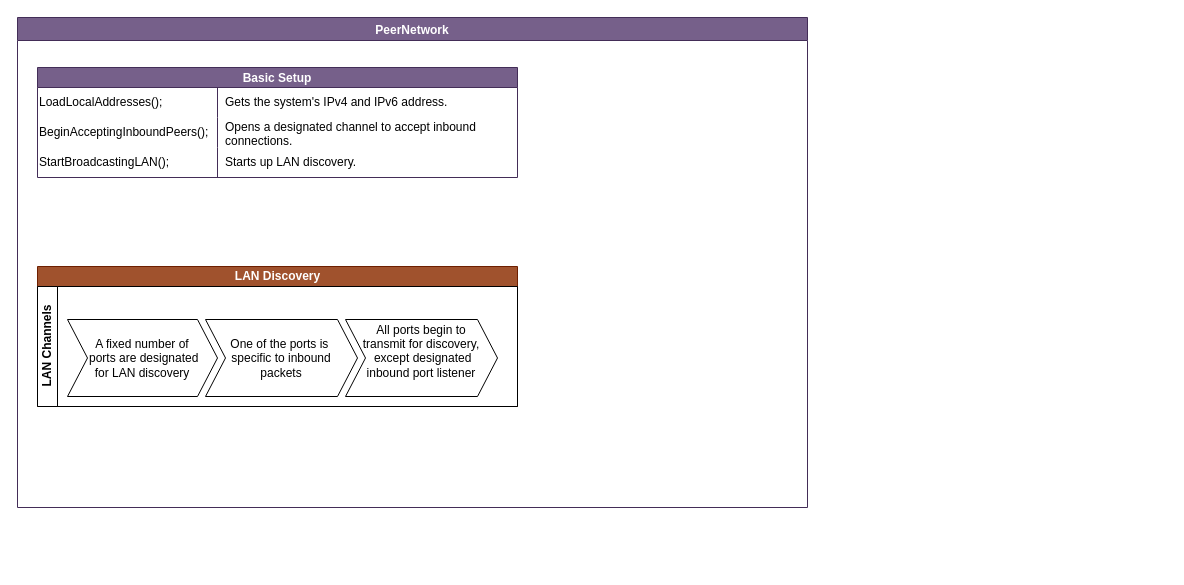
Earlier version of the draw.io diagram misc/diagrams/p2plan.drawio (realChrisDeBon/P2PNet). Source tidied: cells renumbered, new cells numbered last; positions are measured from the earlier drawing's top-left corner, leaving out a move shared by most shapes. Both pictures are drawn from the tidied source at 100%, with x=0, y=0 at pixel (17, 17). Pictures stored in the file or linked from it are replaced by grey dashed boxes.
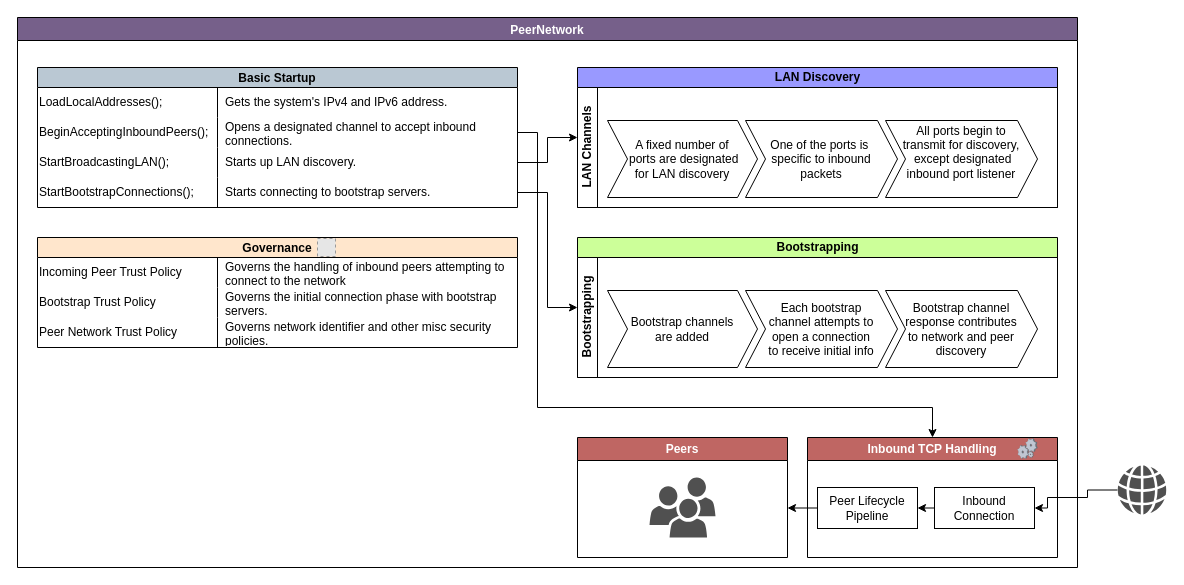
The same diagram, later.

Commit message (it also covers changes not shown here):
Adding diferential for local IPv4 and public IPv4 address + updating some but not all docs

The change refers to these unchanged cells:
```xml
<mxCell id="4" value="LAN Channels" style="swimlane;startSize=20;horizontal=0;html=1;" parent="3" vertex="1">
  <mxGeometry y="20" width="480" height="120" as="geometry" />
</mxCell>
```

What changed in the source:
```diff
@@
-    <mxCell id="2" value="PeerNetwork" style="swimlane;fillColor=#76608a;strokeColor=#432D57;labelBackgroundColor=none;startSize=23;fontColor=#ffffff;fillStyle=solid;swimlaneFillColor=default;" parent="1" vertex="1">
-      <mxGeometry width="790" height="490" as="geometry" />
+    <mxCell id="2" value="PeerNetwork" style="swimlane;fillColor=#76608a;strokeColor=default;labelBackgroundColor=none;startSize=23;fontColor=#ffffff;fillStyle=solid;swimlaneFillColor=default;" parent="1" vertex="1">
+      <mxGeometry width="1060" height="550" as="geometry" />
     </mxCell>
+    <mxCell id="19" value="Basic Startup" style="shape=table;startSize=20;childLayout=tableLayout;rowLines=0;fontStyle=1;strokeColor=#000000;fontSize=12;align=center;fillColor=#bac8d3;shadow=0;swimlaneFillColor=#FFFFFF;strokeWidth=1;swimlaneLine=1;" parent="2" vertex="1">
+      <mxGeometry x="20" y="50" width="480" height="140" as="geometry" />
+    </mxCell>
+    <mxCell id="20" style="shape=tableRow;horizontal=0;startSize=0;swimlaneHead=0;swimlaneBody=0;top=0;left=0;bottom=0;right=0;fillColor=none;strokeColor=inherit;fontSize=16;" parent="19" vertex="1">
+      <mxGeometry y="20" width="480" height="30" as="geometry" />
+    </mxCell>
+    <mxCell id="11" value="LoadLocalAddresses();" style="shape=partialRectangle;html=1;whiteSpace=wrap;fillColor=none;top=0;left=0;bottom=0;right=0;overflow=hidden;strokeColor=default;fontSize=12;align=left;perimeterSpacing=4;strokeWidth=5;dashed=1;dashPattern=1 1;" parent="20" vertex="1">
+      <mxGeometry width="180" height="30" as="geometry" />
+    </mxCell>
+    <mxCell id="12" value="Gets the system's IPv4 and IPv6 address." style="shape=partialRectangle;html=1;whiteSpace=wrap;fillColor=none;top=0;left=0;bottom=0;right=0;align=left;spacingLeft=6;overflow=hidden;strokeColor=default;fontSize=12;perimeterSpacing=4;strokeWidth=5;dashed=1;dashPattern=1 1;" parent="20" vertex="1">
+      <mxGeometry x="180" width="300" height="30" as="geometry" />
+    </mxCell>
+    <mxCell id="21" style="shape=tableRow;horizontal=0;startSize=0;swimlaneHead=0;swimlaneBody=0;top=0;left=0;bottom=0;right=0;fillColor=none;points=[[0,0.5],[1,0.5]];portConstraint=eastwest;strokeColor=default;fontSize=16;strokeWidth=5;swimlaneFillColor=none;labelBorderColor=default;" parent="19" vertex="1">
+      <mxGeometry y="50" width="480" height="30" as="geometry" />
+    </mxCell>
+    <mxCell id="14" value="BeginAcceptingInboundPeers();" style="shape=partialRectangle;html=1;whiteSpace=wrap;fillColor=none;top=0;left=0;bottom=0;right=0;overflow=hidden;strokeColor=default;fontSize=12;align=left;strokeWidth=3;shadow=0;perimeterSpacing=0;sketch=1;curveFitting=1;jiggle=2;" parent="21" vertex="1">
+      <mxGeometry width="180" height="30" as="geometry" />
+    </mxCell>
+    <mxCell id="15" value="Opens a designated channel to accept inbound connections." style="shape=partialRectangle;html=1;whiteSpace=wrap;fillColor=none;top=0;left=0;bottom=0;right=0;align=left;spacingLeft=6;overflow=hidden;strokeColor=default;fontSize=12;strokeWidth=3;shadow=0;perimeterSpacing=0;sketch=1;curveFitting=1;jiggle=2;" parent="21" vertex="1">
+      <mxGeometry x="180" width="300" height="30" as="geometry" />
+    </mxCell>
+    <mxCell id="22" style="shape=tableRow;horizontal=0;startSize=0;swimlaneHead=0;swimlaneBody=0;top=0;left=0;bottom=0;right=0;fillColor=none;points=[[0,0.5],[1,0.5]];portConstraint=eastwest;strokeColor=inherit;fontSize=16;" parent="19" vertex="1">
+      <mxGeometry y="80" width="480" height="30" as="geometry" />
+    </mxCell>
+    <mxCell id="17" value="StartBroadcastingLAN();" style="shape=partialRectangle;html=1;whiteSpace=wrap;fillColor=none;top=0;left=0;bottom=0;right=0;overflow=hidden;strokeColor=default;fontSize=12;align=left;labelBorderColor=none;strokeWidth=2;" parent="22" vertex="1">
+      <mxGeometry width="180" height="30" as="geometry" />
+    </mxCell>
+    <mxCell id="18" value="Starts up LAN discovery." style="shape=partialRectangle;html=1;whiteSpace=wrap;fillColor=none;top=0;left=0;bottom=0;right=0;align=left;spacingLeft=6;overflow=hidden;strokeColor=default;fontSize=12;labelBorderColor=none;strokeWidth=2;perimeterSpacing=2;" parent="22" vertex="1">
+      <mxGeometry x="180" width="300" height="30" as="geometry" />
+    </mxCell>
+    <mxCell id="23" style="shape=tableRow;horizontal=0;startSize=0;swimlaneHead=0;swimlaneBody=0;top=0;left=0;bottom=0;right=0;fillColor=none;points=[[0,0.5],[1,0.5]];portConstraint=eastwest;strokeColor=inherit;fontSize=16;" parent="19" vertex="1">
+      <mxGeometry y="110" width="480" height="30" as="geometry" />
+    </mxCell>
+    <mxCell id="24" value="StartBootstrapConnections();" style="shape=partialRectangle;html=1;whiteSpace=wrap;fillColor=none;top=0;left=0;bottom=0;right=0;overflow=hidden;strokeColor=default;fontSize=12;align=left;perimeterSpacing=3;strokeWidth=3;" parent="23" vertex="1">
+      <mxGeometry width="180" height="30" as="geometry" />
+    </mxCell>
+    <mxCell id="25" value="Starts connecting to bootstrap servers." style="shape=partialRectangle;html=1;whiteSpace=wrap;fillColor=none;top=0;left=0;bottom=0;right=0;align=left;spacingLeft=6;overflow=hidden;strokeColor=default;fontSize=12;perimeterSpacing=3;strokeWidth=3;labelBorderColor=none;" parent="23" vertex="1">
+      <mxGeometry x="180" width="300" height="30" as="geometry" />
+    </mxCell>
+    <mxCell id="26" value="Bootstrapping" style="swimlane;horizontal=1;startSize=20;html=1;fillColor=#CCFF99;strokeColor=#000000;" parent="2" vertex="1">
+      <mxGeometry x="560" y="220" width="480" height="140" as="geometry" />
+    </mxCell>
+    <mxCell id="27" value="Bootstrapping" style="swimlane;startSize=20;horizontal=0;html=1;" parent="26" vertex="1">
+      <mxGeometry y="20" width="480" height="120" as="geometry" />
+    </mxCell>
+    <mxCell id="28" style="swimlane;horizontal=1;fillColor=none;strokeColor=none;stackBorder=10;align=center;whiteSpace=wrap;html=1;" parent="27" vertex="1">
+      <mxGeometry x="20" width="450" height="120" as="geometry" />
+    </mxCell>
+    <mxCell id="29" value="&lt;div&gt;Bootstrap channels&lt;/div&gt;&lt;div&gt;are added&lt;/div&gt;" style="shape=step;perimeter=stepPerimeter;fixedSize=1;whiteSpace=wrap;html=1;" parent="28" vertex="1">
+      <mxGeometry x="10" y="33" width="150" height="77" as="geometry" />
+    </mxCell>
+    <mxCell id="30" value="&lt;div&gt;Each bootstrap&lt;/div&gt;&lt;div&gt;channel attempts to&lt;/div&gt;&lt;div&gt;open a connection&lt;/div&gt;&lt;div&gt;to receive initial info&lt;/div&gt;" style="shape=step;perimeter=stepPerimeter;fixedSize=1;whiteSpace=wrap;html=1;" parent="28" vertex="1">
+      <mxGeometry x="148" y="33" width="152" height="77" as="geometry" />
+    </mxCell>
+    <mxCell id="31" value="&lt;div&gt;&lt;br&gt;&lt;/div&gt;&lt;div&gt;Bootstrap channel&lt;/div&gt;&lt;div&gt;response contributes&lt;/div&gt;&lt;div&gt;to network and peer&lt;/div&gt;&lt;div&gt;discovery&lt;/div&gt;&lt;div&gt;&lt;br&gt;&lt;/div&gt;" style="shape=step;perimeter=stepPerimeter;fixedSize=1;whiteSpace=wrap;html=1;" parent="28" vertex="1">
+      <mxGeometry x="288" y="33" width="152" height="77" as="geometry" />
+    </mxCell>
-    <mxCell id="3" value="LAN Discovery" style="swimlane;horizontal=1;startSize=20;html=1;fillColor=#a0522d;fontColor=#ffffff;strokeColor=#6D1F00;" parent="2" vertex="1">
-      <mxGeometry x="20" y="249" width="480" height="140" as="geometry" />
+    <mxCell id="3" value="LAN Discovery" style="swimlane;horizontal=1;startSize=20;html=1;fillColor=#9999FF;strokeColor=#000000;" parent="2" vertex="1">
+      <mxGeometry x="560" y="50" width="480" height="140" as="geometry" />
     </mxCell>
@@
-    <mxCell id="5" style="swimlane;horizontal=1;fillColor=none;strokeColor=none;stackBorder=10;align=center;whiteSpace=wrap;html=1;" parent="4" vertex="1">
-      <mxGeometry x="20" width="450" height="120" as="geometry" />
-    </mxCell>
+    <mxCell id="32" style="swimlane;horizontal=1;fillColor=none;strokeColor=none;stackBorder=10;align=center;whiteSpace=wrap;html=1;" parent="4" vertex="1">
+      <mxGeometry x="20" width="450" height="120" as="geometry" />
+    </mxCell>
-    <mxCell id="6" value="&lt;div&gt;A fixed number of&lt;/div&gt;&lt;div&gt;&amp;nbsp;ports are designated&lt;/div&gt;&lt;div&gt;for LAN discovery&lt;/div&gt;" style="shape=step;perimeter=stepPerimeter;fixedSize=1;whiteSpace=wrap;html=1;" parent="5" vertex="1">
+    <mxCell id="6" value="&lt;div&gt;A fixed number of&lt;/div&gt;&lt;div&gt;&amp;nbsp;ports are designated&lt;/div&gt;&lt;div&gt;for LAN discovery&lt;/div&gt;" style="shape=step;perimeter=stepPerimeter;fixedSize=1;whiteSpace=wrap;html=1;" parent="32" vertex="1">
       <mxGeometry x="10" y="33" width="150" height="77" as="geometry" />
     </mxCell>
-    <mxCell id="7" value="&lt;div&gt;One of the ports is&amp;nbsp;&lt;/div&gt;&lt;div&gt;specific to inbound&lt;/div&gt;&lt;div&gt;packets&lt;/div&gt;" style="shape=step;perimeter=stepPerimeter;fixedSize=1;whiteSpace=wrap;html=1;" parent="5" vertex="1">
+    <mxCell id="7" value="&lt;div&gt;One of the ports is&amp;nbsp;&lt;/div&gt;&lt;div&gt;specific to inbound&lt;/div&gt;&lt;div&gt;packets&lt;/div&gt;" style="shape=step;perimeter=stepPerimeter;fixedSize=1;whiteSpace=wrap;html=1;" parent="32" vertex="1">
       <mxGeometry x="148" y="33" width="152" height="77" as="geometry" />
     </mxCell>
-    <mxCell id="8" value="&lt;div&gt;All ports begin to&lt;/div&gt;&lt;div&gt;transmit for discovery,&lt;/div&gt;&lt;div&gt;&amp;nbsp;except designated&lt;/div&gt;&lt;div&gt;inbound port listener&lt;/div&gt;&lt;div&gt;&lt;br&gt;&lt;/div&gt;" style="shape=step;perimeter=stepPerimeter;fixedSize=1;whiteSpace=wrap;html=1;" parent="5" vertex="1">
+    <mxCell id="8" value="&lt;div&gt;All ports begin to&lt;/div&gt;&lt;div&gt;transmit for discovery,&lt;/div&gt;&lt;div&gt;&amp;nbsp;except designated&lt;/div&gt;&lt;div&gt;inbound port listener&lt;/div&gt;&lt;div&gt;&lt;br&gt;&lt;/div&gt;" style="shape=step;perimeter=stepPerimeter;fixedSize=1;whiteSpace=wrap;html=1;" parent="32" vertex="1">
       <mxGeometry x="288" y="33" width="152" height="77" as="geometry" />
     </mxCell>
-    <mxCell id="9" value="Basic Setup" style="shape=table;startSize=20;childLayout=tableLayout;rowLines=0;fontStyle=1;strokeColor=#432D57;fontSize=12;align=center;fillColor=#76608a;fontColor=#ffffff;shadow=0;" parent="2" vertex="1">
-      <mxGeometry x="20" y="50" width="480" height="110" as="geometry" />
-    </mxCell>
-    <mxCell id="10" style="shape=tableRow;horizontal=0;startSize=0;swimlaneHead=0;swimlaneBody=0;top=0;left=0;bottom=0;right=0;fillColor=none;strokeColor=inherit;fontSize=16;" parent="9" vertex="1">
-      <mxGeometry y="20" width="480" height="30" as="geometry" />
-    </mxCell>
-    <mxCell id="11" value="LoadLocalAddresses();" style="shape=partialRectangle;html=1;whiteSpace=wrap;fillColor=none;top=0;left=0;bottom=0;right=0;overflow=hidden;strokeColor=default;fontSize=12;align=left;" parent="10" vertex="1">
-      <mxGeometry width="180" height="30" as="geometry" />
-    </mxCell>
-    <mxCell id="12" value="Gets the system's IPv4 and IPv6 address." style="shape=partialRectangle;html=1;whiteSpace=wrap;fillColor=none;top=0;left=0;bottom=0;right=0;align=left;spacingLeft=6;overflow=hidden;strokeColor=default;fontSize=12;" parent="10" vertex="1">
-      <mxGeometry x="180" width="300" height="30" as="geometry" />
-    </mxCell>
-    <mxCell id="13" style="shape=tableRow;horizontal=0;startSize=0;swimlaneHead=0;swimlaneBody=0;top=0;left=0;bottom=0;right=0;fillColor=none;strokeColor=default;fontSize=16;strokeWidth=5;swimlaneFillColor=none;labelBorderColor=default;" parent="9" vertex="1">
-      <mxGeometry y="50" width="480" height="30" as="geometry" />
-    </mxCell>
-    <mxCell id="14" value="BeginAcceptingInboundPeers();" style="shape=partialRectangle;html=1;whiteSpace=wrap;fillColor=none;top=0;left=0;bottom=0;right=0;overflow=hidden;strokeColor=default;fontSize=12;align=left;strokeWidth=3;shadow=0;perimeterSpacing=0;sketch=1;curveFitting=1;jiggle=2;" parent="13" vertex="1">
-      <mxGeometry width="180" height="30" as="geometry" />
-    </mxCell>
-    <mxCell id="15" value="Opens a designated channel to accept inbound connections." style="shape=partialRectangle;html=1;whiteSpace=wrap;fillColor=none;top=0;left=0;bottom=0;right=0;align=left;spacingLeft=6;overflow=hidden;strokeColor=default;fontSize=12;strokeWidth=3;shadow=0;perimeterSpacing=0;sketch=1;curveFitting=1;jiggle=2;" parent="13" vertex="1">
-      <mxGeometry x="180" width="300" height="30" as="geometry" />
-    </mxCell>
-    <mxCell id="16" style="shape=tableRow;horizontal=0;startSize=0;swimlaneHead=0;swimlaneBody=0;top=0;left=0;bottom=0;right=0;fillColor=none;strokeColor=inherit;fontSize=16;" parent="9" vertex="1">
-      <mxGeometry y="80" width="480" height="30" as="geometry" />
-    </mxCell>
-    <mxCell id="17" value="StartBroadcastingLAN();" style="shape=partialRectangle;html=1;whiteSpace=wrap;fillColor=none;top=0;left=0;bottom=0;right=0;overflow=hidden;strokeColor=inherit;fontSize=12;align=left;" parent="16" vertex="1">
-      <mxGeometry width="180" height="30" as="geometry" />
-    </mxCell>
-    <mxCell id="18" value="Starts up LAN discovery." style="shape=partialRectangle;html=1;whiteSpace=wrap;fillColor=none;top=0;left=0;bottom=0;right=0;align=left;spacingLeft=6;overflow=hidden;strokeColor=inherit;fontSize=12;" parent="16" vertex="1">
-      <mxGeometry x="180" width="300" height="30" as="geometry" />
-    </mxCell>
+    <mxCell id="33" style="edgeStyle=orthogonalEdgeStyle;rounded=0;jettySize=auto;html=1;exitX=1;exitY=0.5;exitDx=0;exitDy=0;entryX=0;entryY=0.5;entryDx=0;entryDy=0;" parent="2" edge="1" source="23" target="26">
+      <mxGeometry relative="1" as="geometry" />
+    </mxCell>
+    <mxCell id="34" style="edgeStyle=orthogonalEdgeStyle;rounded=0;jettySize=auto;html=1;exitX=1;exitY=0.5;exitDx=0;exitDy=0;entryX=0;entryY=0.5;entryDx=0;entryDy=0;" parent="2" edge="1" source="22" target="3">
+      <mxGeometry relative="1" as="geometry" />
+    </mxCell>
+    <mxCell id="35" value="Governance" style="shape=table;startSize=20;childLayout=tableLayout;rowLines=0;fontStyle=1;strokeColor=default;fontSize=12;align=center;fillColor=#FFE6CC;shadow=0;swimlaneFillColor=#FFFFFF;strokeWidth=1;swimlaneLine=1;" parent="2" vertex="1">
+      <mxGeometry x="20" y="220" width="480" height="110" as="geometry" />
+    </mxCell>
+    <mxCell id="36" style="shape=tableRow;horizontal=0;startSize=0;swimlaneHead=0;swimlaneBody=0;top=0;left=0;bottom=0;right=0;fillColor=none;strokeColor=inherit;fontSize=16;" parent="35" vertex="1">
+      <mxGeometry y="20" width="480" height="30" as="geometry" />
+    </mxCell>
+    <mxCell id="37" value="Incoming Peer Trust Policy" style="shape=partialRectangle;html=1;whiteSpace=wrap;fillColor=none;top=0;left=0;bottom=0;right=0;overflow=hidden;strokeColor=default;fontSize=12;align=left;perimeterSpacing=4;strokeWidth=5;dashed=1;dashPattern=1 1;" parent="36" vertex="1">
+      <mxGeometry width="180" height="30" as="geometry" />
+    </mxCell>
+    <mxCell id="38" value="Governs the handling of inbound peers attempting to connect to the network" style="shape=partialRectangle;html=1;whiteSpace=wrap;fillColor=none;top=0;left=0;bottom=0;right=0;align=left;spacingLeft=6;overflow=hidden;strokeColor=default;fontSize=12;perimeterSpacing=4;strokeWidth=5;dashed=1;dashPattern=1 1;" parent="36" vertex="1">
+      <mxGeometry x="180" width="300" height="30" as="geometry" />
+    </mxCell>
+    <mxCell id="39" style="shape=tableRow;horizontal=0;startSize=0;swimlaneHead=0;swimlaneBody=0;top=0;left=0;bottom=0;right=0;fillColor=none;strokeColor=default;fontSize=16;strokeWidth=5;swimlaneFillColor=none;labelBorderColor=default;" parent="35" vertex="1">
+      <mxGeometry y="50" width="480" height="30" as="geometry" />
+    </mxCell>
+    <mxCell id="40" value="Bootstrap Trust Policy" style="shape=partialRectangle;html=1;whiteSpace=wrap;fillColor=none;top=0;left=0;bottom=0;right=0;overflow=hidden;strokeColor=default;fontSize=12;align=left;strokeWidth=3;shadow=0;perimeterSpacing=0;sketch=1;curveFitting=1;jiggle=2;" parent="39" vertex="1">
+      <mxGeometry width="180" height="30" as="geometry" />
+    </mxCell>
+    <mxCell id="41" value="Governs the initial connection phase with bootstrap servers." style="shape=partialRectangle;html=1;whiteSpace=wrap;fillColor=none;top=0;left=0;bottom=0;right=0;align=left;spacingLeft=6;overflow=hidden;strokeColor=default;fontSize=12;strokeWidth=3;shadow=0;perimeterSpacing=0;sketch=1;curveFitting=1;jiggle=2;" parent="39" vertex="1">
+      <mxGeometry x="180" width="300" height="30" as="geometry" />
+    </mxCell>
+    <mxCell id="42" style="shape=tableRow;horizontal=0;startSize=0;swimlaneHead=0;swimlaneBody=0;top=0;left=0;bottom=0;right=0;fillColor=none;strokeColor=inherit;fontSize=16;" parent="35" vertex="1">
+      <mxGeometry y="80" width="480" height="30" as="geometry" />
+    </mxCell>
+    <mxCell id="43" value="Peer Network Trust Policy" style="shape=partialRectangle;html=1;whiteSpace=wrap;fillColor=none;top=0;left=0;bottom=0;right=0;overflow=hidden;strokeColor=default;fontSize=12;align=left;labelBorderColor=none;strokeWidth=2;" parent="42" vertex="1">
+      <mxGeometry width="180" height="30" as="geometry" />
+    </mxCell>
+    <mxCell id="44" value="Governs network identifier and other misc security policies." style="shape=partialRectangle;html=1;whiteSpace=wrap;fillColor=none;top=0;left=0;bottom=0;right=0;align=left;spacingLeft=6;overflow=hidden;strokeColor=default;fontSize=12;labelBorderColor=none;strokeWidth=2;perimeterSpacing=2;" parent="42" vertex="1">
+      <mxGeometry x="180" width="300" height="30" as="geometry" />
+    </mxCell>
+    <mxCell id="45" style="fillColor=#E6E6E6;strokeColor=#999999;dashed=1;html=1;verticalAlign=top;verticalLabelPosition=bottom;labelBackgroundColor=#ffffff;fontColor=#FFFFFF;" parent="2" vertex="1">
+      <mxGeometry x="300" y="221" width="18" height="18" as="geometry" />
+    </mxCell>
+    <mxCell id="46" value="Inbound TCP Handling" style="swimlane;whiteSpace=wrap;html=1;fillColor=#BF6663;strokeColor=#000000;fontColor=#FFFFFF;" parent="2" vertex="1">
+      <mxGeometry x="790" y="420" width="250" height="120" as="geometry" />
+    </mxCell>
+    <mxCell id="47" style="verticalLabelPosition=bottom;sketch=0;html=1;verticalAlign=top;strokeColor=none;align=center;shape=mxgraph.citrix.process;labelBackgroundColor=none;textShadow=1;" parent="46" vertex="1">
+      <mxGeometry x="210" y="1" width="20" height="20" as="geometry" />
+    </mxCell>
+    <mxCell id="48" style="edgeStyle=orthogonalEdgeStyle;rounded=0;jettySize=auto;html=1;exitX=0;exitY=0.5;exitDx=0;exitDy=0;entryX=1;entryY=0.5;entryDx=0;entryDy=0;" parent="46" edge="1" source="49" target="51">
+      <mxGeometry relative="1" as="geometry" />
+    </mxCell>
+    <mxCell id="49" value="&lt;div&gt;Inbound&lt;/div&gt;&lt;div&gt;Connection&lt;/div&gt;" style="html=1;dashed=0;whiteSpace=wrap;" parent="46" vertex="1">
+      <mxGeometry x="127" y="50" width="100" height="41" as="geometry" />
+    </mxCell>
+    <mxCell id="50" style="edgeStyle=orthogonalEdgeStyle;rounded=0;jettySize=auto;html=1;exitX=0;exitY=0.5;exitDx=0;exitDy=0;" parent="46" edge="1" source="51">
+      <mxGeometry relative="1" as="geometry">
+        <mxPoint x="-20" y="70.5" as="targetPoint" />
+      </mxGeometry>
+    </mxCell>
+    <mxCell id="51" value="&lt;div&gt;Peer Lifecycle&lt;/div&gt;&lt;div&gt;Pipeline&lt;/div&gt;" style="html=1;dashed=0;whiteSpace=wrap;" parent="46" vertex="1">
+      <mxGeometry x="10" y="50" width="100" height="41" as="geometry" />
+    </mxCell>
+    <mxCell id="52" style="edgeStyle=orthogonalEdgeStyle;rounded=0;jettySize=auto;html=1;exitX=1;exitY=0.5;exitDx=0;exitDy=0;entryX=1;entryY=0.5;entryDx=0;entryDy=0;" parent="46" edge="1" source="46" target="49">
+      <mxGeometry relative="1" as="geometry">
+        <Array as="points">
+          <mxPoint x="240" y="60" />
+          <mxPoint x="240" y="70" />
+        </Array>
+      </mxGeometry>
+    </mxCell>
+    <mxCell id="53" style="edgeStyle=orthogonalEdgeStyle;rounded=0;jettySize=auto;html=1;exitX=1;exitY=0.5;exitDx=0;exitDy=0;entryX=0.5;entryY=0;entryDx=0;entryDy=0;" parent="2" edge="1" source="21" target="46">
+      <mxGeometry relative="1" as="geometry">
+        <Array as="points">
+          <mxPoint x="520" y="115" />
+          <mxPoint x="520" y="390" />
+          <mxPoint x="915" y="390" />
+        </Array>
+      </mxGeometry>
+    </mxCell>
+    <mxCell id="54" value="Peers" style="swimlane;whiteSpace=wrap;html=1;fillColor=#BF6663;strokeColor=#000000;fontColor=#FFFFFF;" parent="2" vertex="1">
+      <mxGeometry x="560" y="420" width="210" height="120" as="geometry" />
+    </mxCell>
+    <mxCell id="55" style="sketch=0;shadow=0;dashed=0;html=1;strokeColor=none;fillColor=#505050;labelPosition=center;verticalLabelPosition=bottom;verticalAlign=top;align=center;shape=mxgraph.office.users.users;" parent="54" vertex="1">
+      <mxGeometry x="72" y="40" width="66" height="60" as="geometry" />
+    </mxCell>
+    <mxCell id="56" style="edgeStyle=orthogonalEdgeStyle;rounded=0;jettySize=auto;html=1;entryX=1;entryY=0.5;entryDx=0;entryDy=0;endArrow=none;startFill=0;" parent="1" edge="1" source="57" target="46">
+      <mxGeometry relative="1" as="geometry" />
+    </mxCell>
+    <mxCell id="57" style="sketch=0;shadow=0;dashed=0;html=1;strokeColor=none;fillColor=#505050;labelPosition=center;verticalLabelPosition=bottom;verticalAlign=top;outlineConnect=0;align=center;shape=mxgraph.office.concepts.globe_internet;" parent="1" vertex="1">
+      <mxGeometry x="1100" y="448" width="49" height="49" as="geometry" />
+    </mxCell>
```
